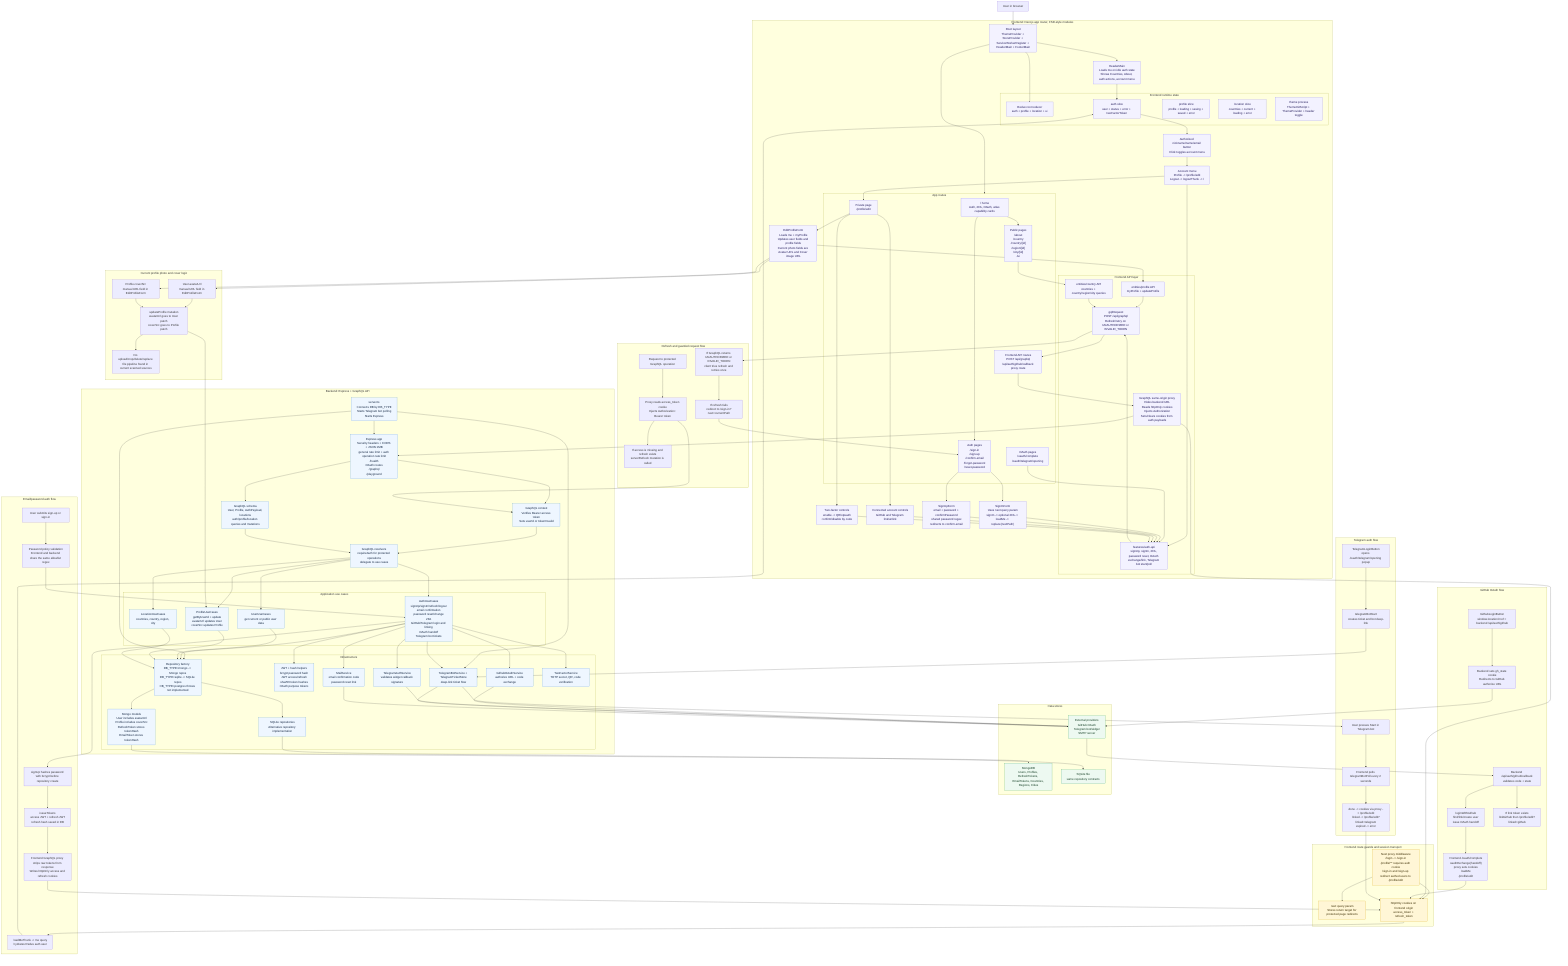
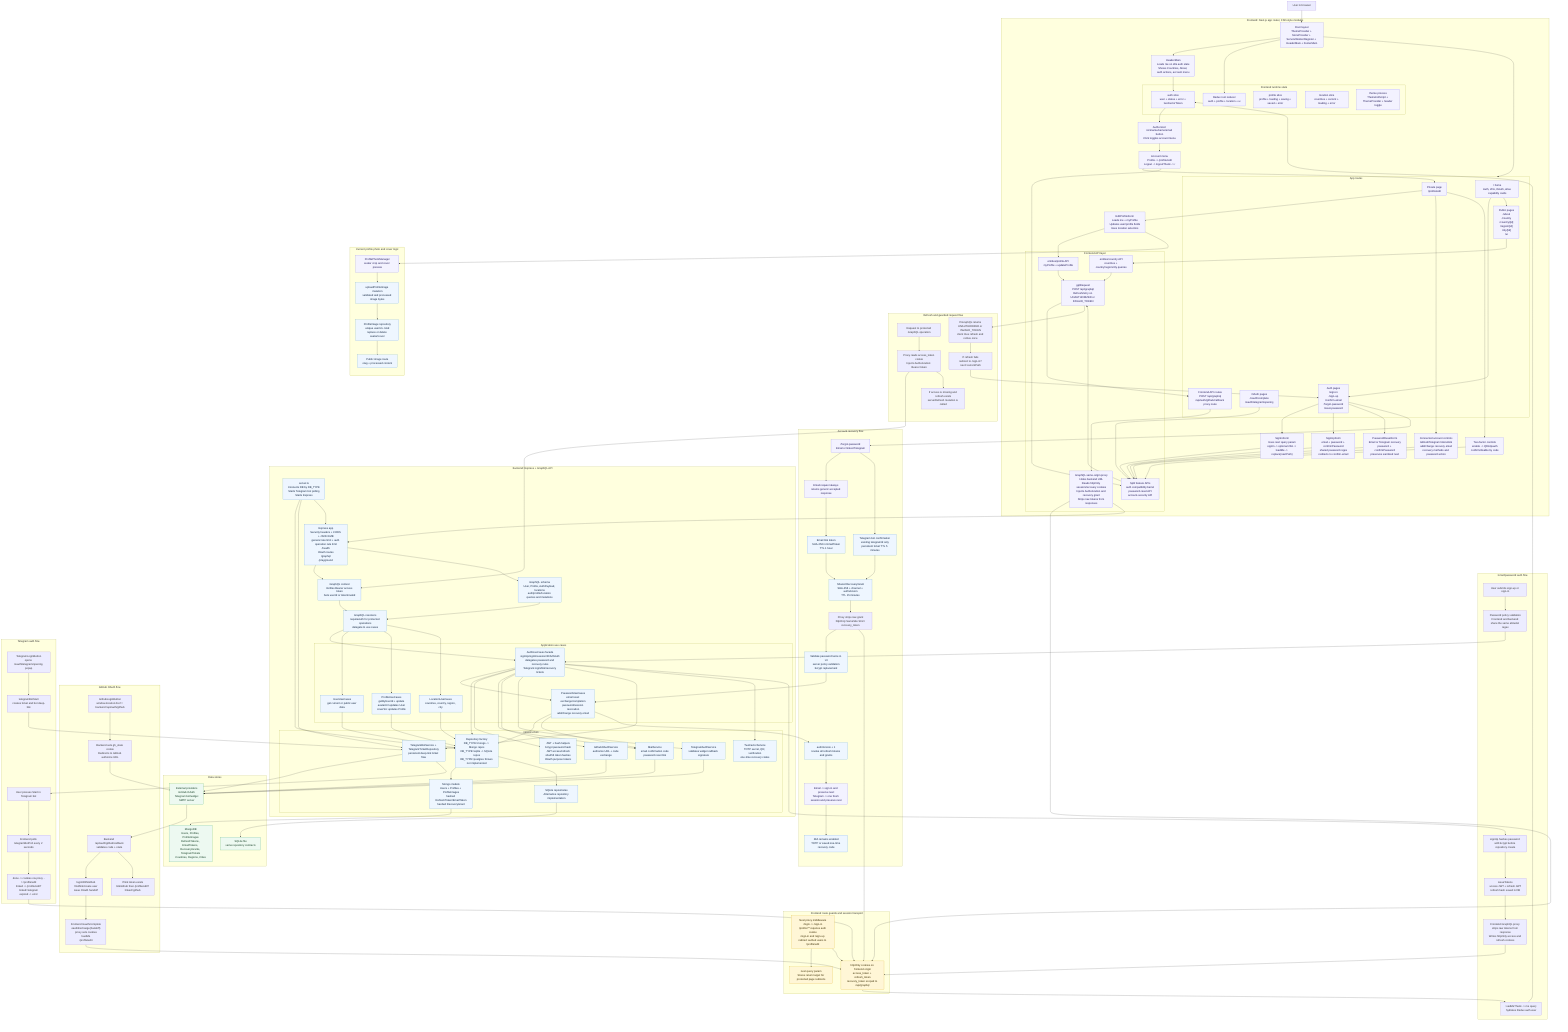
%% Authora current project logic map
- %% Generated from the local repository on 2026-07-08.
+ %% Verified against the local repository on 2026-07-10.
%% Sources:
%% - README.md:1-38, 82-98, 253-300
%% - backend/src/app/container.ts:13-51
%% - backend/src/app/server.ts:7-24
%% - backend/src/app/express.ts:38-119
%% - backend/src/app/graphql/context.ts:22-41
%% - backend/src/app/graphql/resolvers.ts:39-160
%% - backend/src/app/graphql/schema.ts:4-161
%% - backend/src/infrastructure/database/repositories/index.ts:21-61
%% - backend/src/modules/auth/use-cases/AuthUseCases.ts:82-255, 276-523
+ %% - backend/src/modules/auth/use-cases/PasswordUseCases.ts
%% - backend/src/modules/profile/use-cases/ProfileUseCases.ts:7-62
%% - backend/src/modules/user/domain/User.ts:6-33
%% - backend/src/modules/profile/domain/Profile.ts:1-15
%% - backend/src/infrastructure/database/mongo/models.ts:3-89
%% - frontend/src/app/layout.tsx:25-40
%% - frontend/src/widgets/HeaderMain/HeaderMain.tsx:27-154
%% - frontend/src/proxy.ts:4-59
%% - frontend/src/shared/api/requestHandler.ts:4-205
%% - frontend/src/shared/api/graphqlClient.ts:20-80
%% - frontend/src/processes/store/rootReducer.ts:1-14
%% - frontend/src/features/EditProfileForm/EditProfileForm.tsx:13-124
+ %% - frontend/src/features/PasswordResetForm/PasswordResetForm.tsx
+ %% - frontend/src/features/PasswordResetForm/TelegramRecoveryPanel.tsx

flowchart TD
  user["User in browser"]

  subgraph frontend["Frontend: Next.js app router, FSD-style modules"]
    rootLayout["Root layout<br/>ThemeProvider + StoreProvider + ServiceWorkerRegister + HeaderMain + FooterMain"]
    header["HeaderMain<br/>Loads me on idle auth state<br/>Shows Countries, About, auth actions, account menu"]
    accountTrigger["Authorized nickname/name/email button<br/>Click toggles account menu"]
    accountMenu["Account menu<br/>Profile -> /profile/edit<br/>Logout -> logoutThunk -> /"]

    subgraph appRoutes["App routes"]
      home["/ home<br/>Auth, 2FA, OAuth, atlas capability cards"]
      publicRoutes["Public pages<br/>/about<br/>/country<br/>/country/[id]<br/>/region/[id]<br/>/city/[id]<br/>/ui"]
      authRoutes["Auth pages<br/>/sign-in<br/>/sign-up<br/>/confirm-email<br/>/forgot-password<br/>/reset-password"]
      privateRoutes["Private page<br/>/profile/edit"]
      oauthRoutesFe["OAuth pages<br/>/oauth/complete<br/>/oauth/telegram/opening"]
      apiRoutesFe["Frontend API routes<br/>POST /api/graphql<br/>/api/auth/github/callback proxy route"]
    end

    subgraph state["Frontend runtime state"]
      redux["Redux root reducer<br/>auth + profile + location + ui"]
      authState["auth slice<br/>user + status + error + twoFactorToken"]
      profileState["profile slice<br/>profile + loading + saving + saved + error"]
      locationState["location slice<br/>countries + current + loading + error"]
      themeState["theme process<br/>ThemeInitScript + ThemeProvider + header toggle"]
    end

    subgraph frontendApi["Frontend API layer"]
      gqlClient["gqlRequest<br/>POST /api/graphql<br/>Refresh/retry on UNAUTHORIZED or INVALID_TOKEN"]
-       sameOriginProxy["GraphQL same-origin proxy<br/>Hides backend URL<br/>Reads httpOnly cookies<br/>Injects Authorization<br/>Sets/clears cookies from auth payloads"]
-       authApi["features/auth-api<br/>signUp, signIn, 2FA, password reset, OAuth exchange/link, Telegram bot start/poll"]
+       sameOriginProxy["GraphQL same-origin proxy<br/>Hides backend URL<br/>Reads httpOnly session/recovery cookies<br/>Injects Authorization and recovery grant<br/>Strips raw tokens from responses"]
+       authApi["Split feature APIs<br/>auth compatibility barrel<br/>password-reset API<br/>account-security API"]
      profileApi["entities/profile API<br/>myProfile + updateProfile"]
      locationApi["entities/country API<br/>countries + country/region/city queries"]
    end

    signInForm["SignInForm<br/>Uses next query param<br/>signIn -> optional 2FA -> loadMe -> replace(nextPath)"]
    signUpForm["SignUpForm<br/>email + password + confirmPassword<br/>shared password regex<br/>redirects to confirm-email"]
-     editProfileForm["EditProfileForm<br/>Loads me + myProfile<br/>Updates user fields and profile fields<br/>Current photo fields are Avatar URL and Cover image URL"]
-     connectedAccounts["Connected account controls<br/>GitHub and Telegram link/unlink"]
+     recoveryForm["PasswordResetForm<br/>Email or Telegram recovery<br/>password + confirmPassword<br/>preserves sanitized next"]
+     editProfileForm["EditProfileForm<br/>Loads me + myProfile<br/>Updates user/profile fields<br/>Uses location selectors"]
+     connectedAccounts["Connected account controls<br/>GitHub/Telegram link/unlink<br/>add/change recovery email<br/>recovery methods and password action"]
    twoFactorControls["Two-factor controls<br/>enable -> QR/otpauth<br/>confirm/disable by code"]
  end

  subgraph frontendGuards["Frontend route guards and session transport"]
    nextProxy["Next proxy middleware<br/>/login -> /sign-in<br/>/profile/** requires auth cookie<br/>/sign-in and /sign-up redirect authed users to /profile/edit"]
    nextParam["next query param<br/>Stores return target for protected page redirects"]
-     cookies["httpOnly cookies on frontend origin<br/>access_token + refresh_token"]
+     cookies["httpOnly cookies on frontend origin<br/>access_token + refresh_token<br/>recovery_token scoped to /api/graphql"]
  end

  subgraph backend["Backend: Express + GraphQL API"]
    server["server.ts<br/>Connects DB by DB_TYPE<br/>Starts Telegram bot polling<br/>Starts Express"]
    expressApp["Express app<br/>Security headers + CORS + JSON 1MB<br/>general rate limit + auth operation rate limit<br/>/health<br/>OAuth routes<br/>/graphql<br/>/playground"]
    gqlContext["GraphQL context<br/>Verifies Bearer access token<br/>Sets userId or tokenInvalid"]
    gqlSchema["GraphQL schema<br/>User, Profile, AuthPayload, locations<br/>auth/profile/location queries and mutations"]
    resolvers["GraphQL resolvers<br/>requireAuth for protected operations<br/>delegate to use cases"]

    subgraph useCases["Application use cases"]
-       authUseCases["AuthUseCases<br/>signUp/signIn/refresh/logout<br/>email confirmation<br/>password reset/change<br/>2FA<br/>GitHub/Telegram login and linking<br/>OAuth handoff<br/>Telegram bot tickets"]
+       authUseCases["AuthUseCases facade<br/>signUp/signIn/session/2FA/OAuth<br/>delegates password and recovery rules<br/>Telegram login/link/recovery tickets"]
+       passwordUseCases["PasswordUseCases<br/>email reset exchange/completion<br/>password/session revocation<br/>add/change recovery email"]
      userUseCases["UserUseCases<br/>get current or public user data"]
      profileUseCases["ProfileUseCases<br/>getByUserId + update<br/>avatarUrl updates User<br/>coverSrc updates Profile"]
      locationUseCases["LocationUseCases<br/>countries, country, region, city"]
    end

    subgraph infra["Infrastructure"]
      repositories["Repository factory<br/>DB_TYPE=mongo -> Mongo repos<br/>DB_TYPE=sqlite -> SQLite repos<br/>DB_TYPE=postgres throws not implemented"]
-       mongoModels["Mongo models<br/>User includes avatarUrl<br/>Profile includes coverSrc<br/>RefreshToken stores tokenHash<br/>EmailToken stores tokenHash"]
+       mongoModels["Mongo models<br/>Users + Profiles + ProfileImages<br/>hashed RefreshToken/EmailToken<br/>hashed RecoveryGrant"]
      sqliteRepos["SQLite repositories<br/>Alternative repository implementation"]
      jwtHash["JWT + hash helpers<br/>bcrypt password hash<br/>JWT access/refresh<br/>sha256 token hashes<br/>OAuth purpose tokens"]
      mail["MailService<br/>email confirmation code<br/>password reset link"]
      githubService["GithubOAuthService<br/>authorize URL + code exchange"]
      telegramService["TelegramAuthService<br/>validates widget callback signature"]
-       telegramBot["TelegramBotService + TelegramTicketStore<br/>deep-link ticket flow"]
-       twoFactorService["TwoFactorService<br/>TOTP secret, QR, code verification"]
+       telegramBot["TelegramBotService + TelegramTicketRepository<br/>persistent deep-link ticket flow"]
+       twoFactorService["TwoFactorService<br/>TOTP secret, QR, verification<br/>one-time recovery codes"]
    end
  end

  subgraph dataStores["Data stores"]
-     mongoDb["MongoDB<br/>Users, Profiles, RefreshTokens, EmailTokens, Countries, Regions, Cities"]
+     mongoDb["MongoDB<br/>Users, Profiles, ProfileImages<br/>RefreshTokens, EmailTokens, RecoveryGrants, TelegramTickets<br/>Countries, Regions, Cities"]
    sqliteDb["SQLite file<br/>same repository contracts"]
    externalProviders["External providers<br/>GitHub OAuth<br/>Telegram bot/widget<br/>SMTP server"]
  end

  user --> rootLayout
  rootLayout --> header
  rootLayout --> appRoutes
  rootLayout --> redux

  header --> authState
  authState --> accountTrigger
  accountTrigger --> accountMenu
  accountMenu --> privateRoutes
  accountMenu --> authApi

  home --> authRoutes
  home --> publicRoutes
  publicRoutes --> locationApi
  authRoutes --> signInForm
  authRoutes --> signUpForm
+   authRoutes --> recoveryForm
  privateRoutes --> editProfileForm
  privateRoutes --> connectedAccounts
  privateRoutes --> twoFactorControls
  oauthRoutesFe --> authApi

  signInForm --> authApi
  signUpForm --> authApi
+   recoveryForm --> authApi
  editProfileForm --> profileApi
  connectedAccounts --> authApi
  twoFactorControls --> authApi
  authApi --> gqlClient
  profileApi --> gqlClient
  locationApi --> gqlClient
  gqlClient --> apiRoutesFe
  apiRoutesFe --> sameOriginProxy

  nextProxy --> nextParam
  nextProxy --> cookies
  sameOriginProxy --> cookies
  sameOriginProxy --> expressApp

  expressApp --> gqlContext
  expressApp --> gqlSchema
  gqlContext --> resolvers
  gqlSchema --> resolvers
  resolvers --> authUseCases
+   authUseCases --> passwordUseCases
  resolvers --> userUseCases
  resolvers --> profileUseCases
  resolvers --> locationUseCases

  server --> repositories
  server --> telegramBot
  server --> expressApp
  repositories --> mongoModels
  repositories --> sqliteRepos
  authUseCases --> repositories
+   passwordUseCases --> repositories
  userUseCases --> repositories
  profileUseCases --> repositories
  locationUseCases --> repositories
  authUseCases --> jwtHash
  authUseCases --> mail
+   passwordUseCases --> mail
  authUseCases --> githubService
  authUseCases --> telegramService
  authUseCases --> telegramBot
  authUseCases --> twoFactorService

  mongoModels --> mongoDb
  sqliteRepos --> sqliteDb
  githubService --> externalProviders
  telegramService --> externalProviders
  telegramBot --> externalProviders
  mail --> externalProviders

  subgraph authFlow["Email/password auth flow"]
    emailStart["User submits sign-up or sign-in"]
    passwordPolicy["Password policy validation<br/>Frontend and backend share the same allowlist regex"]
    passwordHash["signUp hashes password with bcrypt before repository create"]
    issueTokens["issueTokens<br/>access JWT + refresh JWT<br/>refresh hash saved in DB"]
    proxyCookieWrite["Frontend GraphQL proxy strips raw tokens from response<br/>Writes httpOnly access and refresh cookies"]
    loadMe["loadMeThunk -> me query<br/>hydrates Redux auth user"]
  end

  emailStart --> passwordPolicy --> authUseCases
  authUseCases --> passwordHash --> issueTokens --> proxyCookieWrite --> cookies --> loadMe --> authState

  subgraph refreshFlow["Refresh and guarded request flow"]
    protectedRequest["Request to protected GraphQL operation"]
    injectAuth["Proxy reads access_token cookie<br/>Injects Authorization: Bearer token"]
    noAccess["If access is missing and refresh exists<br/>serverRefresh mutation is called"]
    invalidAccess["If GraphQL returns UNAUTHORIZED or INVALID_TOKEN<br/>client tries refresh and retries once"]
    failedRefresh["If refresh fails<br/>redirect to /sign-in?next=currentPath"]
  end

  protectedRequest --> injectAuth --> gqlContext
  injectAuth --> noAccess
  gqlClient --> invalidAccess
  invalidAccess --> failedRefresh --> authRoutes

+   subgraph recoveryFlow["Account recovery flow"]
+     recoveryChoice["/forgot-password<br/>Email or linked Telegram"]
+     genericReset["Email request always returns generic accepted response"]
+     emailResetToken["Email link token<br/>SHA-256 in EmailToken<br/>TTL 1 hour"]
+     telegramRecoveryTicket["Telegram bot confirmation<br/>existing telegramId only<br/>persistent ticket TTL 5 minutes"]
+     recoveryGrant["Shared RecoveryGrant<br/>SHA-256 + channel + authVersion<br/>TTL 15 minutes"]
+     recoveryCookie["Proxy strips raw grant<br/>httpOnly SameSite Strict recovery_token"]
+     completeReset["Validate password twice in UI<br/>server policy validation<br/>bcrypt replacement"]
+     revokeSessions["authVersion + 1<br/>revoke all refresh tokens and grants"]
+     recoveryResult["Email -> sign in and preserve next<br/>Telegram -> one fresh session and preserve next"]
+     twoFactorRecovery["2FA remains enabled<br/>TOTP or saved one-time recovery code"]
+   end
+ 
+   authRoutes --> recoveryChoice
+   recoveryChoice --> genericReset --> emailResetToken --> recoveryGrant
+   recoveryChoice --> telegramRecoveryTicket --> recoveryGrant
+   recoveryGrant --> recoveryCookie --> completeReset --> passwordUseCases --> revokeSessions --> recoveryResult --> twoFactorRecovery
+   recoveryCookie --> cookies
+ 
  subgraph githubFlow["GitHub OAuth flow"]
    githubClick["GithubLoginButton<br/>window.location.href = backend /api/auth/github"]
    githubState["Backend sets gh_state cookie<br/>Redirects to GitHub authorize URL"]
    githubCallback["Backend /api/auth/github/callback<br/>validates code + state"]
    githubLogin["loginWithGithub<br/>find/link/create user<br/>issue OAuth handoff"]
    oauthComplete["Frontend /oauth/complete<br/>oauthExchange(handoff)<br/>proxy sets cookies<br/>loadMe<br/>/profile/edit"]
    githubLink["If link token exists<br/>linkGithub then /profile/edit?linked=github"]
  end

  githubClick --> githubState --> externalProviders --> githubCallback --> githubLogin --> oauthComplete --> cookies
  githubCallback --> githubLink

  subgraph telegramFlow["Telegram auth flow"]
    telegramClick["TelegramLoginButton<br/>opens /oauth/telegram/opening popup"]
    telegramStart["telegramBotStart<br/>creates ticket and bot deep-link"]
    telegramUserAction["User presses Start in Telegram bot"]
    telegramPoll["Frontend polls telegramBotPoll every 2 seconds"]
    telegramDone["done -> cookies via proxy -> /profile/edit<br/>linked -> /profile/edit?linked=telegram<br/>expired -> error"]
  end

  telegramClick --> telegramStart --> telegramBot --> telegramUserAction --> telegramPoll --> telegramDone --> cookies

  subgraph profilePhotoCurrent["Current profile photo and cover logic"]
-     avatarUrl["User.avatarUrl<br/>manual URL field in EditProfileForm"]
-     coverSrc["Profile.coverSrc<br/>manual URL field in EditProfileForm"]
-     updateProfile["updateProfile mutation<br/>avatarUrl goes to User patch<br/>coverSrc goes to Profile patch"]
-     noUploadPipeline["No upload/crop/delete/replace file pipeline found in current scanned sources"]
-   end
- 
-   editProfileForm --> avatarUrl
-   editProfileForm --> coverSrc
-   avatarUrl --> updateProfile --> profileUseCases
-   coverSrc --> updateProfile
-   updateProfile --> noUploadPipeline
+     photoManager["ProfilePhotoManager<br/>avatar crop and cover preview"]
+     uploadImage["uploadProfileImage mutation<br/>validated and processed image bytes"]
+     onePerKind["ProfileImage repository<br/>unique userId + kind<br/>replace or delete avatar/cover"]
+     publicImageRoute["Public image route<br/>etag + processed content"]
+   end
+ 
+   editProfileForm --> photoManager --> uploadImage --> onePerKind --> publicImageRoute

  classDef guard fill:#fff6d6,stroke:#d9a300,color:#3b2d00;
  classDef backendClass fill:#eef6ff,stroke:#4d8fd6,color:#10233f;
  classDef frontendClass fill:#f3f2ff,stroke:#7a6cff,color:#211a5a;
  classDef dataClass fill:#edf9f1,stroke:#2f9e5b,color:#0f3b20;
  class nextProxy,nextParam,cookies guard;
-   class server,expressApp,gqlContext,gqlSchema,resolvers,authUseCases,userUseCases,profileUseCases,locationUseCases,repositories,mongoModels,sqliteRepos,jwtHash,mail,githubService,telegramService,telegramBot,twoFactorService backendClass;
-   class rootLayout,header,accountTrigger,accountMenu,home,publicRoutes,authRoutes,privateRoutes,oauthRoutesFe,apiRoutesFe,redux,authState,profileState,locationState,themeState,gqlClient,sameOriginProxy,authApi,profileApi,locationApi,signInForm,signUpForm,editProfileForm,connectedAccounts,twoFactorControls frontendClass;
+   class server,expressApp,gqlContext,gqlSchema,resolvers,authUseCases,passwordUseCases,userUseCases,profileUseCases,locationUseCases,repositories,mongoModels,sqliteRepos,jwtHash,mail,githubService,telegramService,telegramBot,twoFactorService,emailResetToken,telegramRecoveryTicket,recoveryGrant,completeReset,revokeSessions,twoFactorRecovery,uploadImage,onePerKind,publicImageRoute backendClass;
+   class rootLayout,header,accountTrigger,accountMenu,home,publicRoutes,authRoutes,privateRoutes,oauthRoutesFe,apiRoutesFe,redux,authState,profileState,locationState,themeState,gqlClient,sameOriginProxy,authApi,profileApi,locationApi,signInForm,signUpForm,recoveryForm,editProfileForm,connectedAccounts,twoFactorControls,recoveryChoice,genericReset,recoveryResult,photoManager frontendClass;
  class mongoDb,sqliteDb,externalProviders dataClass;
